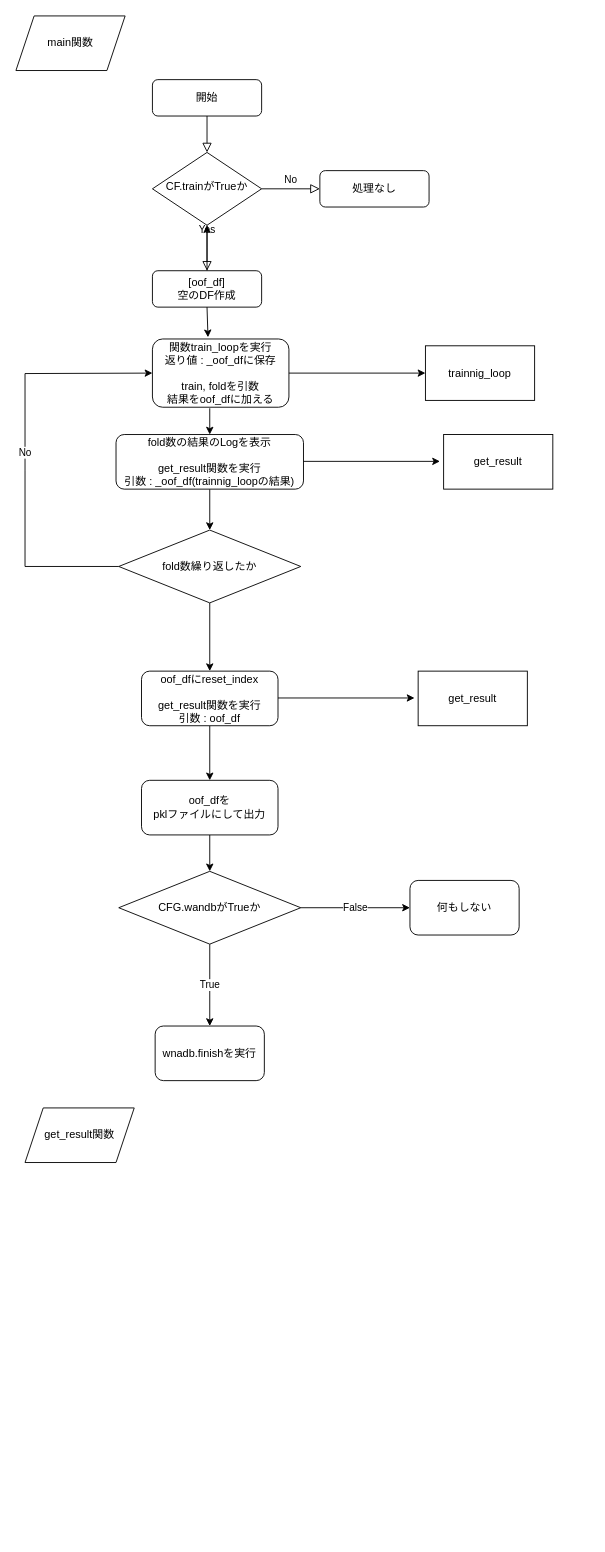
This is Untitled Diagram.drawio from kdaisuke853/ai_practice_python, a draw.io file, before an edit. Source tidied: cells renumbered, new cells numbered last; positions are measured from the earlier drawing's top-left corner, leaving out a move shared by most shapes. Both pictures are drawn from the tidied source at 91%, with x=0, y=0 at pixel (15, 15).
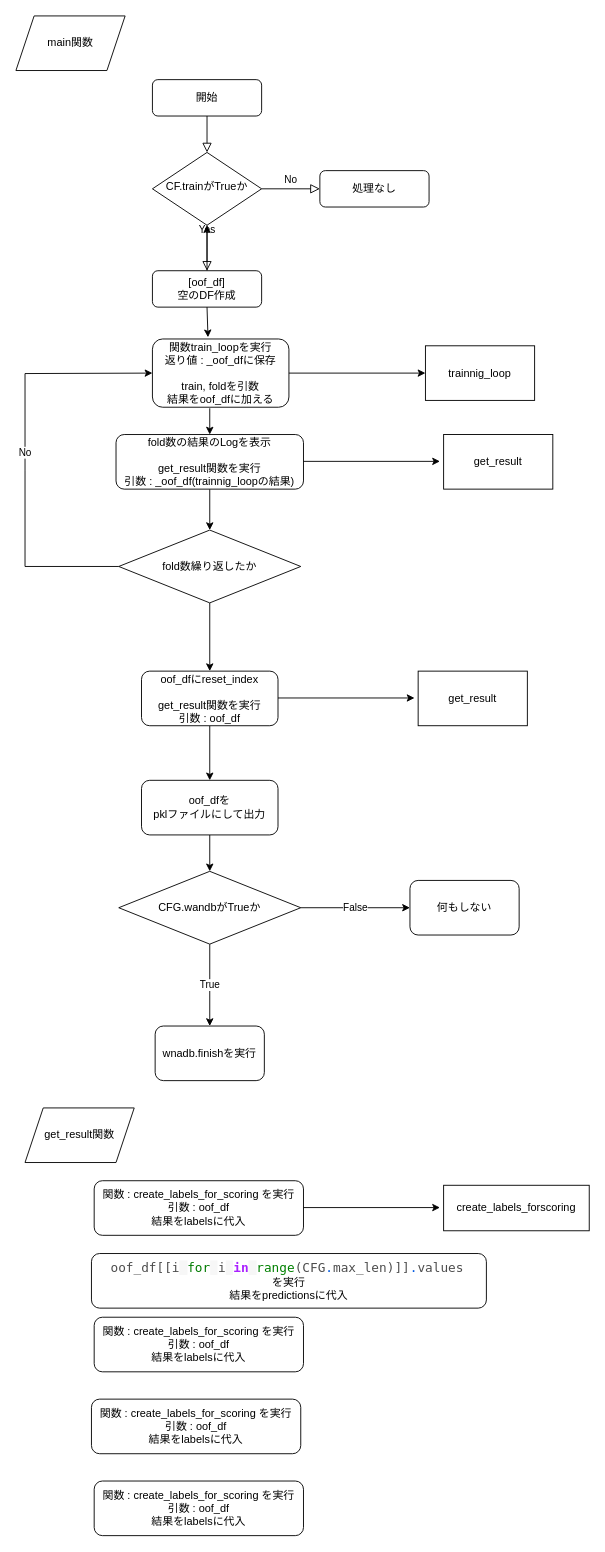
Above is the later version.

The edit, as a diff of the source:
```diff
@@
+    <mxCell id="35" value="関数 : create_labels_for_scoring を実行&lt;br&gt;引数 : oof_df&lt;br&gt;結果をlabelsに代入" style="rounded=1;whiteSpace=wrap;html=1;" parent="1" vertex="1">
+      <mxGeometry x="86" y="1280" width="230" height="60" as="geometry" />
+    </mxCell>
+    <mxCell id="36" value="&lt;span class=&quot;n&quot; style=&quot;color: rgba(0 , 0 , 0 , 0.7) ; font-family: &amp;#34;roboto mono&amp;#34; , &amp;#34;monaco&amp;#34; , &amp;#34;consolas&amp;#34; , monospace ; font-size: 14px ; box-sizing: border-box&quot;&gt;oof_df&lt;/span&gt;&lt;span class=&quot;p&quot; style=&quot;color: rgba(0 , 0 , 0 , 0.7) ; font-family: &amp;#34;roboto mono&amp;#34; , &amp;#34;monaco&amp;#34; , &amp;#34;consolas&amp;#34; , monospace ; font-size: 14px ; box-sizing: border-box&quot;&gt;[[&lt;/span&gt;&lt;span class=&quot;n&quot; style=&quot;color: rgba(0 , 0 , 0 , 0.7) ; font-family: &amp;#34;roboto mono&amp;#34; , &amp;#34;monaco&amp;#34; , &amp;#34;consolas&amp;#34; , monospace ; font-size: 14px ; box-sizing: border-box&quot;&gt;i&lt;/span&gt;&lt;span style=&quot;background-color: rgb(247 , 247 , 247) ; color: rgba(0 , 0 , 0 , 0.7) ; font-family: &amp;#34;roboto mono&amp;#34; , &amp;#34;monaco&amp;#34; , &amp;#34;consolas&amp;#34; , monospace ; font-size: 14px&quot;&gt; &lt;/span&gt;&lt;span class=&quot;k&quot; style=&quot;font-family: &amp;#34;roboto mono&amp;#34; , &amp;#34;monaco&amp;#34; , &amp;#34;consolas&amp;#34; , monospace ; font-size: 14px ; box-sizing: border-box ; color: rgb(0 , 123 , 0)&quot;&gt;for&lt;/span&gt;&lt;span style=&quot;background-color: rgb(247 , 247 , 247) ; color: rgba(0 , 0 , 0 , 0.7) ; font-family: &amp;#34;roboto mono&amp;#34; , &amp;#34;monaco&amp;#34; , &amp;#34;consolas&amp;#34; , monospace ; font-size: 14px&quot;&gt; &lt;/span&gt;&lt;span class=&quot;n&quot; style=&quot;color: rgba(0 , 0 , 0 , 0.7) ; font-family: &amp;#34;roboto mono&amp;#34; , &amp;#34;monaco&amp;#34; , &amp;#34;consolas&amp;#34; , monospace ; font-size: 14px ; box-sizing: border-box&quot;&gt;i&lt;/span&gt;&lt;span style=&quot;background-color: rgb(247 , 247 , 247) ; color: rgba(0 , 0 , 0 , 0.7) ; font-family: &amp;#34;roboto mono&amp;#34; , &amp;#34;monaco&amp;#34; , &amp;#34;consolas&amp;#34; , monospace ; font-size: 14px&quot;&gt; &lt;/span&gt;&lt;span class=&quot;ow&quot; style=&quot;font-family: &amp;#34;roboto mono&amp;#34; , &amp;#34;monaco&amp;#34; , &amp;#34;consolas&amp;#34; , monospace ; font-size: 14px ; box-sizing: border-box ; color: rgb(170 , 34 , 255) ; font-weight: bold&quot;&gt;in&lt;/span&gt;&lt;span style=&quot;background-color: rgb(247 , 247 , 247) ; color: rgba(0 , 0 , 0 , 0.7) ; font-family: &amp;#34;roboto mono&amp;#34; , &amp;#34;monaco&amp;#34; , &amp;#34;consolas&amp;#34; , monospace ; font-size: 14px&quot;&gt; &lt;/span&gt;&lt;span class=&quot;nb&quot; style=&quot;font-family: &amp;#34;roboto mono&amp;#34; , &amp;#34;monaco&amp;#34; , &amp;#34;consolas&amp;#34; , monospace ; font-size: 14px ; box-sizing: border-box ; color: rgb(0 , 128 , 0)&quot;&gt;range&lt;/span&gt;&lt;span class=&quot;p&quot; style=&quot;color: rgba(0 , 0 , 0 , 0.7) ; font-family: &amp;#34;roboto mono&amp;#34; , &amp;#34;monaco&amp;#34; , &amp;#34;consolas&amp;#34; , monospace ; font-size: 14px ; box-sizing: border-box&quot;&gt;(&lt;/span&gt;&lt;span class=&quot;n&quot; style=&quot;color: rgba(0 , 0 , 0 , 0.7) ; font-family: &amp;#34;roboto mono&amp;#34; , &amp;#34;monaco&amp;#34; , &amp;#34;consolas&amp;#34; , monospace ; font-size: 14px ; box-sizing: border-box&quot;&gt;CFG&lt;/span&gt;&lt;span class=&quot;o&quot; style=&quot;font-family: &amp;#34;roboto mono&amp;#34; , &amp;#34;monaco&amp;#34; , &amp;#34;consolas&amp;#34; , monospace ; font-size: 14px ; box-sizing: border-box ; color: rgb(5 , 91 , 224)&quot;&gt;.&lt;/span&gt;&lt;span class=&quot;n&quot; style=&quot;color: rgba(0 , 0 , 0 , 0.7) ; font-family: &amp;#34;roboto mono&amp;#34; , &amp;#34;monaco&amp;#34; , &amp;#34;consolas&amp;#34; , monospace ; font-size: 14px ; box-sizing: border-box&quot;&gt;max_len&lt;/span&gt;&lt;span class=&quot;p&quot; style=&quot;color: rgba(0 , 0 , 0 , 0.7) ; font-family: &amp;#34;roboto mono&amp;#34; , &amp;#34;monaco&amp;#34; , &amp;#34;consolas&amp;#34; , monospace ; font-size: 14px ; box-sizing: border-box&quot;&gt;)]]&lt;/span&gt;&lt;span class=&quot;o&quot; style=&quot;font-family: &amp;#34;roboto mono&amp;#34; , &amp;#34;monaco&amp;#34; , &amp;#34;consolas&amp;#34; , monospace ; font-size: 14px ; box-sizing: border-box ; color: rgb(5 , 91 , 224)&quot;&gt;.&lt;/span&gt;&lt;span class=&quot;n&quot; style=&quot;color: rgba(0 , 0 , 0 , 0.7) ; font-family: &amp;#34;roboto mono&amp;#34; , &amp;#34;monaco&amp;#34; , &amp;#34;consolas&amp;#34; , monospace ; font-size: 14px ; box-sizing: border-box&quot;&gt;values&lt;/span&gt;&amp;nbsp;&lt;br&gt;を実行&lt;br&gt;結果をpredictionsに代入" style="rounded=1;whiteSpace=wrap;html=1;" parent="1" vertex="1">
+      <mxGeometry x="83" y="1360" width="434" height="60" as="geometry" />
+    </mxCell>
+    <mxCell id="37" value="関数 : create_labels_for_scoring を実行&lt;br&gt;引数 : oof_df&lt;br&gt;結果をlabelsに代入" style="rounded=1;whiteSpace=wrap;html=1;" parent="1" vertex="1">
+      <mxGeometry x="86" y="1610" width="230" height="60" as="geometry" />
+    </mxCell>
+    <mxCell id="38" value="関数 : create_labels_for_scoring を実行&lt;br&gt;引数 : oof_df&lt;br&gt;結果をlabelsに代入" style="rounded=1;whiteSpace=wrap;html=1;" parent="1" vertex="1">
+      <mxGeometry x="83" y="1520" width="230" height="60" as="geometry" />
+    </mxCell>
+    <mxCell id="39" value="関数 : create_labels_for_scoring を実行&lt;br&gt;引数 : oof_df&lt;br&gt;結果をlabelsに代入" style="rounded=1;whiteSpace=wrap;html=1;" parent="1" vertex="1">
+      <mxGeometry x="86" y="1430" width="230" height="60" as="geometry" />
+    </mxCell>
+    <mxCell id="40" style="endArrow=classic;html=1;rounded=0;exitX=1;exitY=0.5;exitDx=0;exitDy=0;" parent="1" edge="1">
+      <mxGeometry relative="1" as="geometry">
+        <mxPoint x="316" y="1309.5" as="sourcePoint" />
+        <mxPoint x="466" y="1309.5" as="targetPoint" />
+      </mxGeometry>
+    </mxCell>
+    <mxCell id="41" value="create_labels_forscoring" style="rounded=0;whiteSpace=wrap;html=1;" parent="1" vertex="1">
+      <mxGeometry x="470" y="1285" width="160" height="50" as="geometry" />
+    </mxCell>
```
